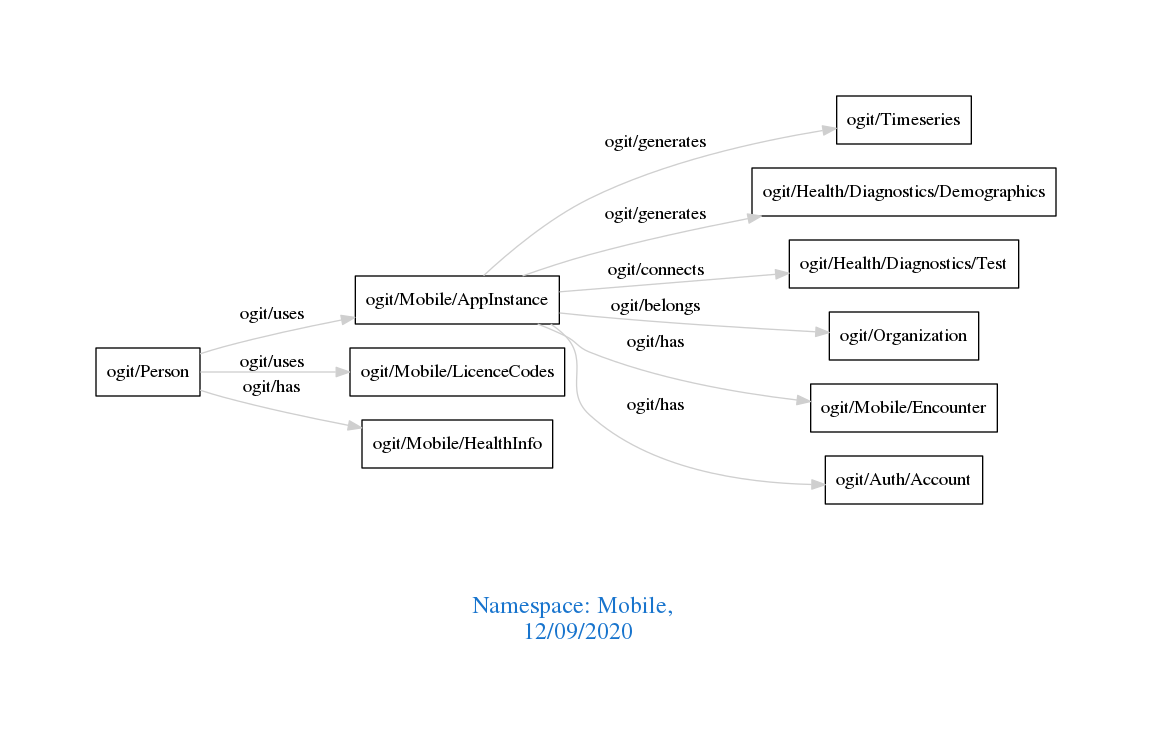
arago/OGIT keeps this Graphviz diagram as downloads/Mobile.png. Above is the earlier version. Its source is kept beside it as downloads/Mobile.dot.
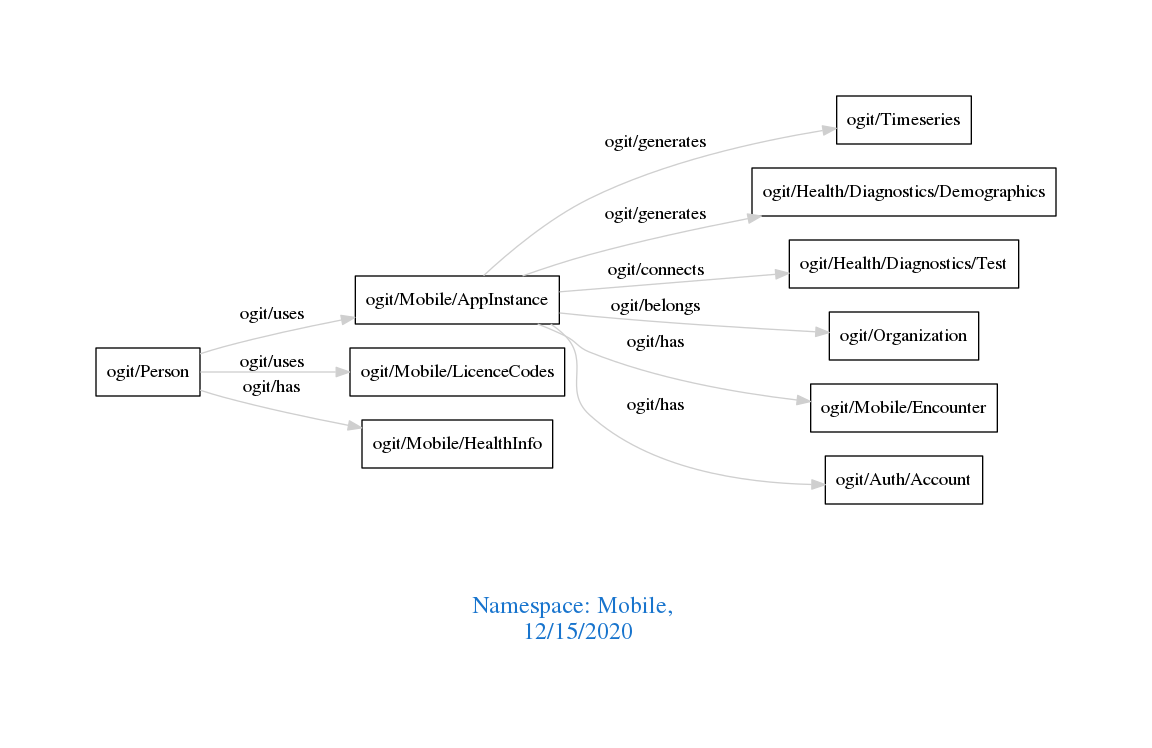
Above is the later version.

What changed in the source:
```diff
@@ -1,7 +1,7 @@
 digraph OGIT_ontology {
  graph [ rankdir= LR,pad=1
 fontsize = 18,
-fontcolor= dodgerblue3,label = "\n\n\nNamespace: Mobile, \n 12/09/2020"];
+fontcolor= dodgerblue3,label = "\n\n\nNamespace: Mobile, \n 12/15/2020"];
 node[shape=polygon];
 edge [  color="gray81"];
 
```
